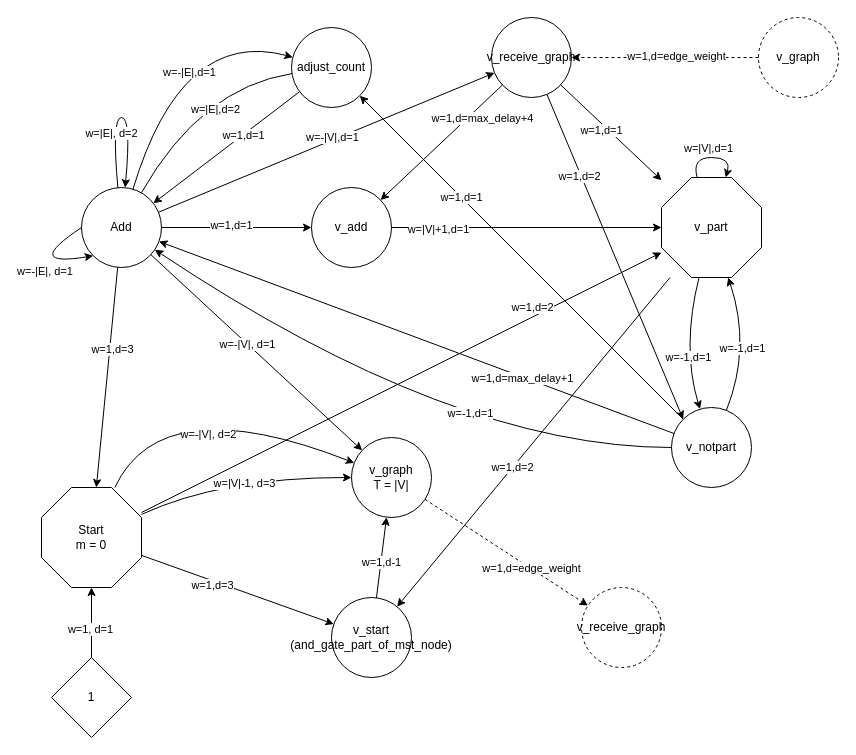
Above: MaST/MaST.drawio in TSpeel/SNN-WPP (draw.io), before the change. Source tidied: cells renumbered, new cells numbered last; positions are measured from the earlier drawing's top-left corner, leaving out a move shared by most shapes. Both pictures are drawn from the tidied source at 100%, with x=0, y=0 at pixel (21, 17).
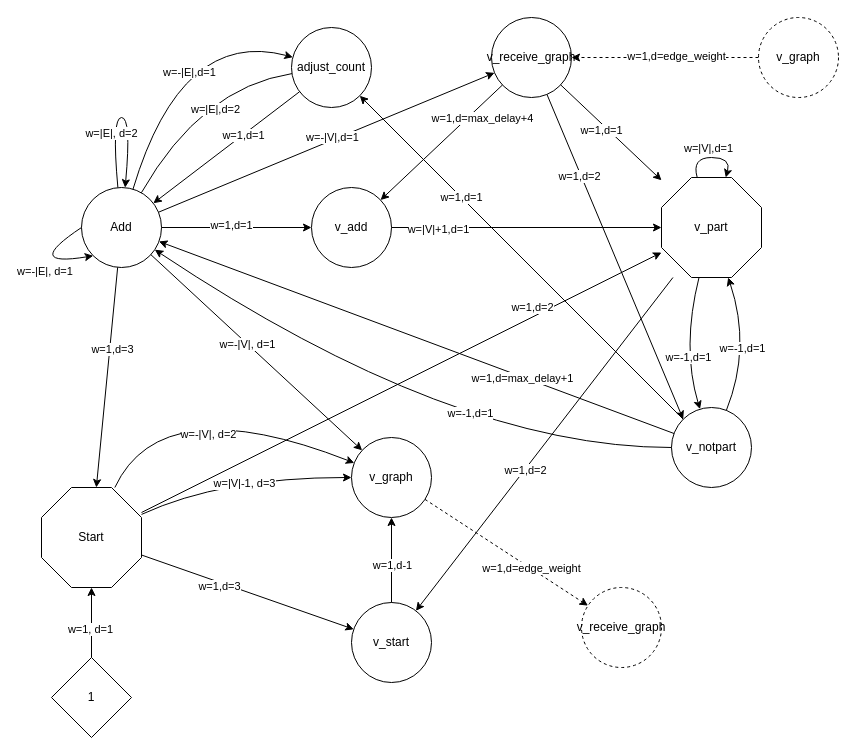
After the change.

Diff of the diagram source:
```diff
@@
-    <mxCell id="3" value="Start&lt;div&gt;m = 0&lt;/div&gt;" style="whiteSpace=wrap;html=1;shape=mxgraph.basic.octagon2;align=center;verticalAlign=middle;dx=15;" parent="1" vertex="1">
+    <mxCell id="3" value="Start" style="whiteSpace=wrap;html=1;shape=mxgraph.basic.octagon2;align=center;verticalAlign=middle;dx=15;" parent="1" vertex="1">
       <mxGeometry x="20" y="470" width="100" height="100" as="geometry" />
     </mxCell>
@@
-    <mxCell id="6" value="v_graph&lt;div&gt;T = |V|&lt;/div&gt;" style="ellipse;whiteSpace=wrap;html=1;" parent="1" vertex="1">
+    <mxCell id="6" value="v_graph" style="ellipse;whiteSpace=wrap;html=1;" parent="1" vertex="1">
       <mxGeometry x="330" y="420" width="80" height="80" as="geometry" />
     </mxCell>
@@
-    <mxCell id="16" value="v_start&lt;div&gt;(and_gate_part_of_mst_node)&lt;/div&gt;" style="ellipse;whiteSpace=wrap;html=1;" parent="1" vertex="1">
-      <mxGeometry x="310" y="580" width="80" height="80" as="geometry" />
+    <mxCell id="16" value="v_start" style="ellipse;whiteSpace=wrap;html=1;" parent="1" vertex="1">
+      <mxGeometry x="330" y="585" width="80" height="80" as="geometry" />
     </mxCell>
```
